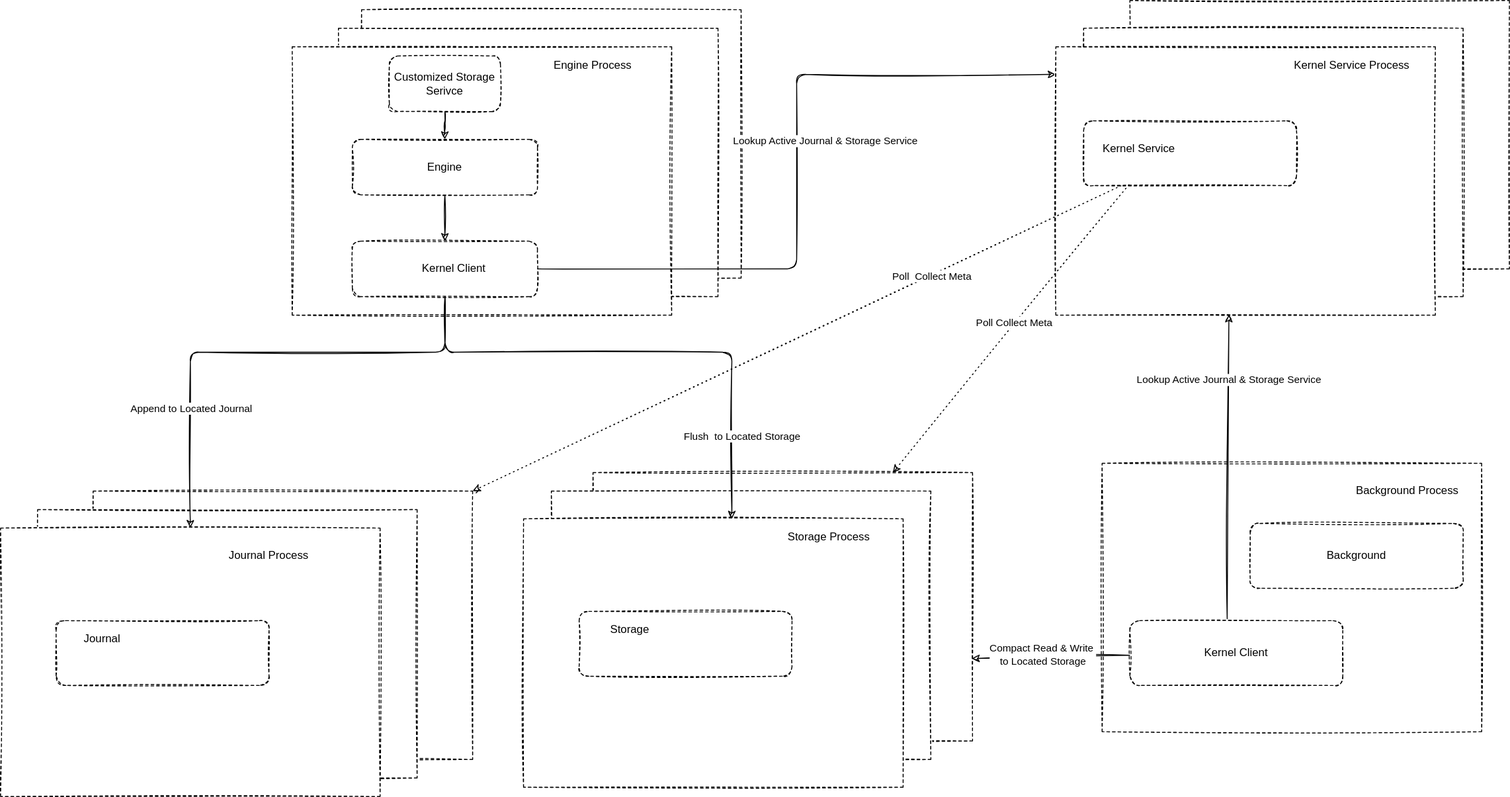
zojw/misc keeps this draw.io diagram as svc.svg. Above is the earlier version. Source tidied: cells renumbered, new cells last; positions are measured from the earlier drawing's top-left corner, leaving out a move shared by most shapes.
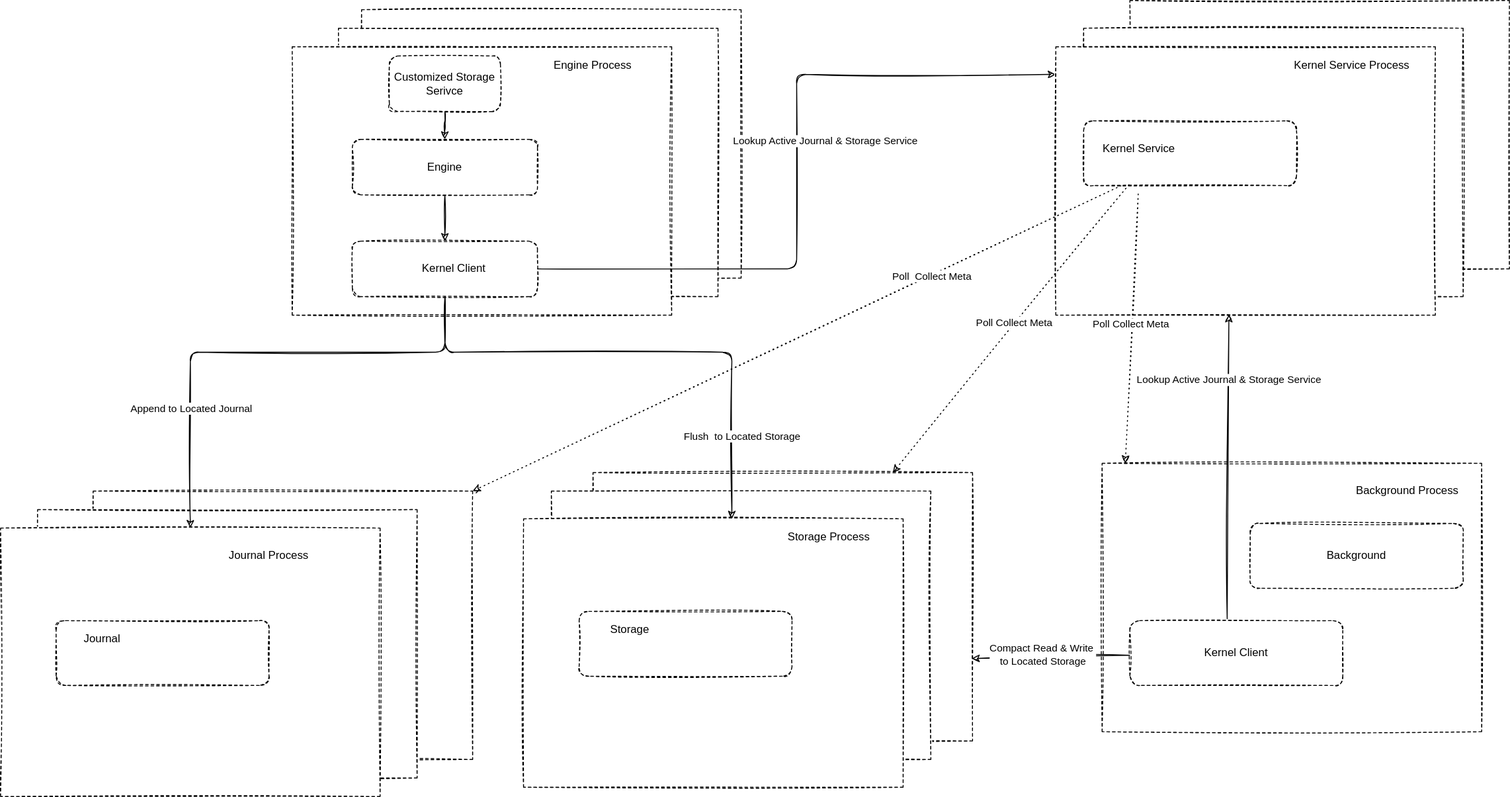
After the commit.

Diff of the diagram source:
```diff
@@ -156,5 +156,13 @@
     <mxCell id="47" value="Kernel Client" style="rounded=1;whiteSpace=wrap;html=1;dashed=1;sketch=1;" parent="1" vertex="1">
       <mxGeometry x="1220" y="670" width="230" height="70" as="geometry" />
     </mxCell>
+    <mxCell id="48" style="rounded=1;sketch=1;jettySize=auto;html=1;exitX=0.213;exitY=0.986;exitDx=0;exitDy=0;exitPerimeter=0;dashed=1;dashPattern=1 4;entryX=0.061;entryY=0;entryDx=0;entryDy=0;entryPerimeter=0;" parent="1" edge="1" target="40">
+      <mxGeometry relative="1" as="geometry">
+        <mxPoint x="1229" y="209" as="sourcePoint" />
+      </mxGeometry>
+    </mxCell>
+    <mxCell id="49" value="Poll Collect Meta" style="edgeLabel;html=1;align=center;verticalAlign=middle;" parent="48" vertex="1">
+      <mxGeometry x="-0.03" y="-2" relative="1" as="geometry" />
+    </mxCell>
   </root>
 </mxGraphModel>
```
